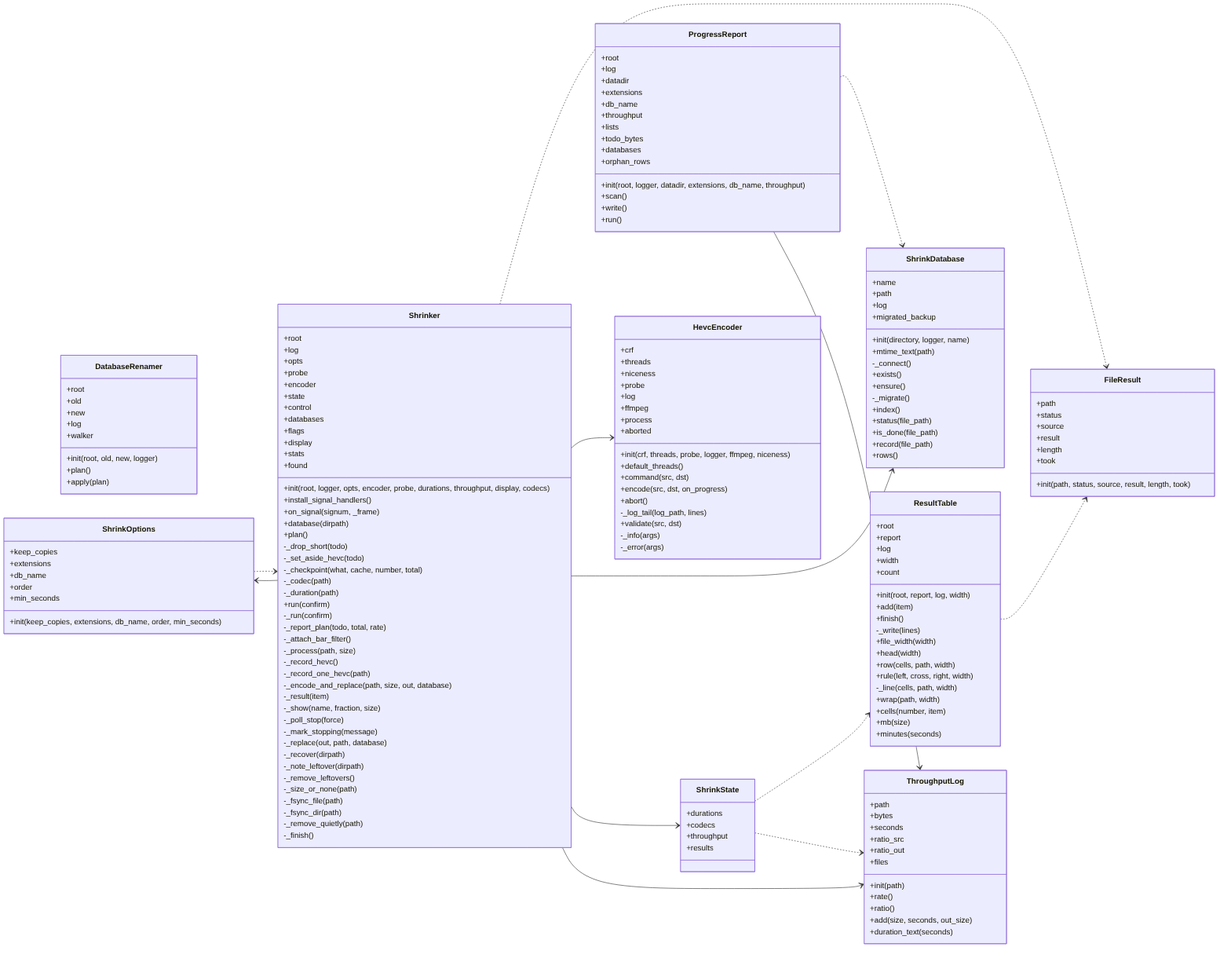
Earlier version of the Mermaid export docs/img/uml_shrink.png (peddanet/mediatools). Its source is kept beside it as docs/img/uml_shrink.mmd.
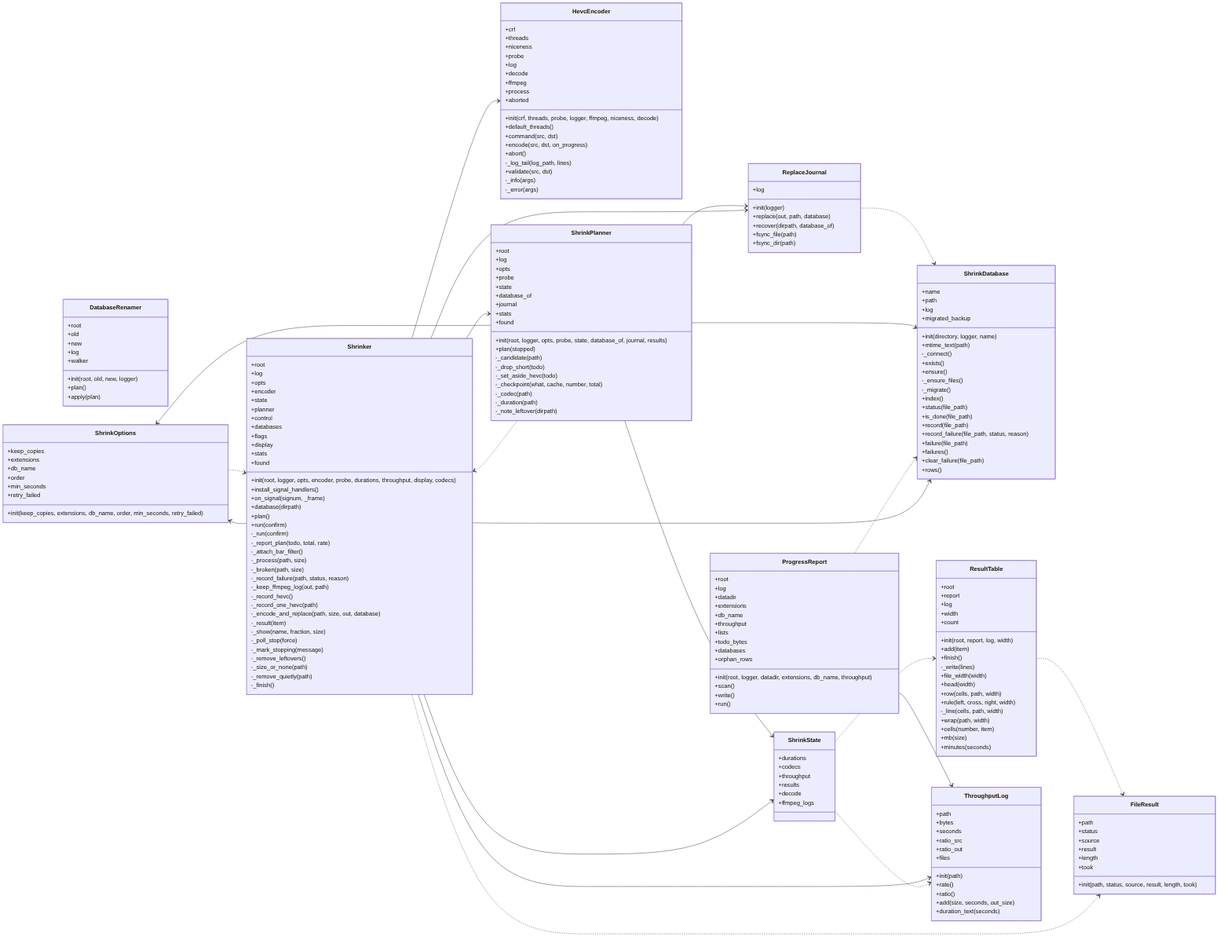
Later version of the same file.

What changed in the source:
```diff
@@ -10,11 +10,16 @@
     -_connect()
     +exists()
     +ensure()
+    -_ensure_files()
     -_migrate()
     +index()
     +status(file_path)
     +is_done(file_path)
     +record(file_path)
+    +record_failure(file_path, status, reason)
+    +failure(file_path)
+    +failures()
+    +clear_failure(file_path)
     +rows()
   }
   class DatabaseRenamer {
@@ -33,10 +38,11 @@
     +niceness
     +probe
     +log
+    +decode
     +ffmpeg
     +process
     +aborted
-    +init(crf, threads, probe, logger, ffmpeg, niceness)
+    +init(crf, threads, probe, logger, ffmpeg, niceness, decode)
     +default_threads()
     +command(src, dst)
     +encode(src, dst, on_progress)
@@ -55,13 +61,42 @@
     +took
     +init(path, status, source, result, length, took)
   }
+  class ReplaceJournal {
+    +log
+    +init(logger)
+    +replace(out, path, database)
+    +recover(dirpath, database_of)
+    +fsync_file(path)
+    +fsync_dir(path)
+  }
   class ShrinkOptions {
     +keep_copies
     +extensions
     +db_name
     +order
     +min_seconds
-    +init(keep_copies, extensions, db_name, order, min_seconds)
+    +retry_failed
+    +init(keep_copies, extensions, db_name, order, min_seconds, retry_failed)
+  }
+  class ShrinkPlanner {
+    +root
+    +log
+    +opts
+    +probe
+    +state
+    +database_of
+    +journal
+    +stats
+    +found
+    +init(root, logger, opts, probe, state, database_of, journal, results)
+    +plan(stopped)
+    -_candidate(path)
+    -_drop_short(todo)
+    -_set_aside_hevc(todo)
+    -_checkpoint(what, cache, number, total)
+    -_codec(path)
+    -_duration(path)
+    -_note_leftover(dirpath)
   }
   class ProgressReport {
     +root
@@ -103,9 +138,9 @@
     +root
     +log
     +opts
-    +probe
     +encoder
     +state
+    +planner
     +control
     +databases
     +flags
@@ -117,17 +152,14 @@
     +on_signal(signum, _frame)
     +database(dirpath)
     +plan()
-    -_drop_short(todo)
-    -_set_aside_hevc(todo)
-    -_checkpoint(what, cache, number, total)
-    -_codec(path)
-    -_duration(path)
     +run(confirm)
     -_run(confirm)
     -_report_plan(todo, total, rate)
     -_attach_bar_filter()
     -_process(path, size)
     -_broken(path, size)
+    -_record_failure(path, status, reason)
+    -_keep_ffmpeg_log(out, path)
     -_record_hevc()
     -_record_one_hevc(path)
     -_encode_and_replace(path, size, out, database)
@@ -135,13 +167,8 @@
     -_show(name, fraction, size)
     -_poll_stop(force)
     -_mark_stopping(message)
-    -_replace(out, path, database)
-    -_recover(dirpath)
-    -_note_leftover(dirpath)
     -_remove_leftovers()
     -_size_or_none(path)
-    -_fsync_file(path)
-    -_fsync_dir(path)
     -_remove_quietly(path)
     -_finish()
   }
@@ -151,6 +178,7 @@
     +throughput
     +results
     +decode
+    +ffmpeg_logs
   }
   class ThroughputLog {
     +path
@@ -165,14 +193,22 @@
     +add(size, seconds, out_size)
     +duration_text(seconds)
   }
+  ReplaceJournal ..> ShrinkDatabase
   ShrinkOptions ..> Shrinker
+  ShrinkPlanner --> ReplaceJournal
+  ShrinkPlanner --> ShrinkDatabase
+  ShrinkPlanner --> ShrinkOptions
+  ShrinkPlanner --> ShrinkState
+  ShrinkPlanner ..> Shrinker
   ProgressReport ..> ShrinkDatabase
   ProgressReport --> ThroughputLog
   ResultTable ..> FileResult
   Shrinker ..> FileResult
   Shrinker --> HevcEncoder
+  Shrinker --> ReplaceJournal
   Shrinker --> ShrinkDatabase
   Shrinker --> ShrinkOptions
+  Shrinker --> ShrinkPlanner
   Shrinker --> ShrinkState
   Shrinker --> ThroughputLog
   ShrinkState ..> ResultTable
```
